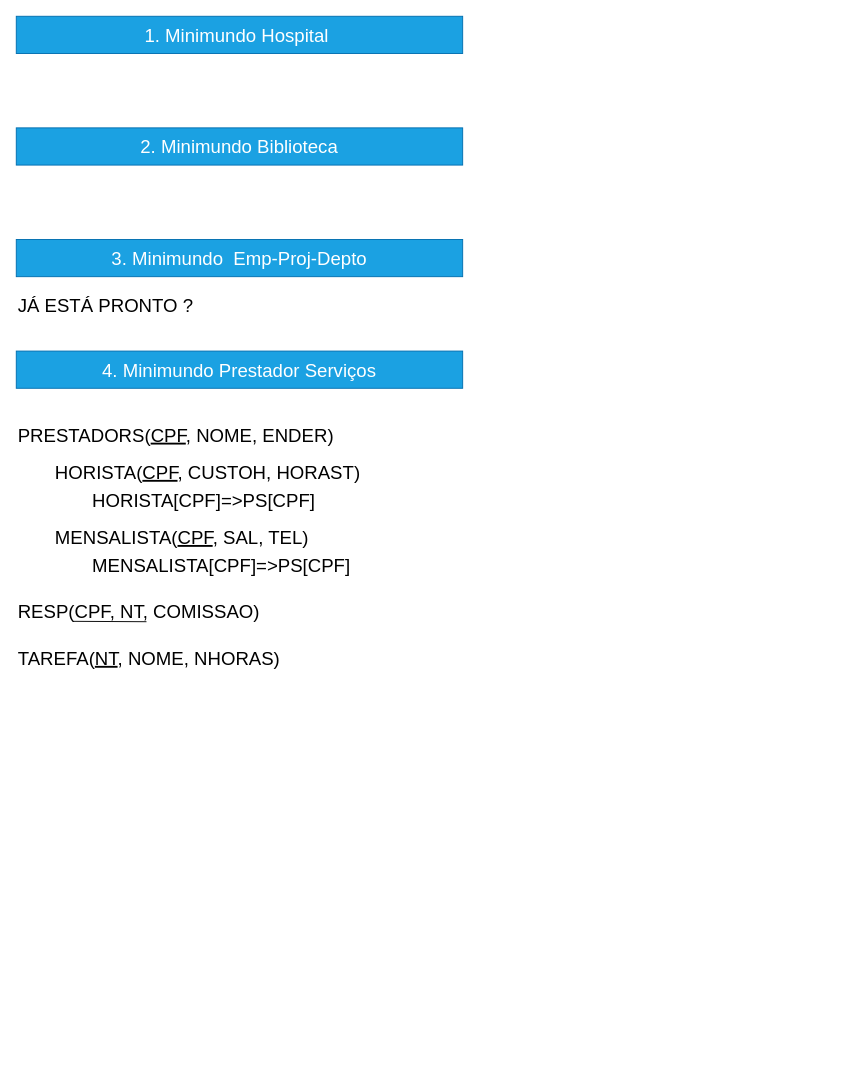
Earlier version of the draw.io diagram ECD_MBD_Entrega3.drawio (cesarac666/diagrams). Source tidied: cells renumbered, new cells numbered last; positions are measured from the earlier drawing's top-left corner, leaving out a move shared by most shapes. Both pictures are drawn from the tidied source at 93%, with x=0, y=0 at pixel (16, 16).
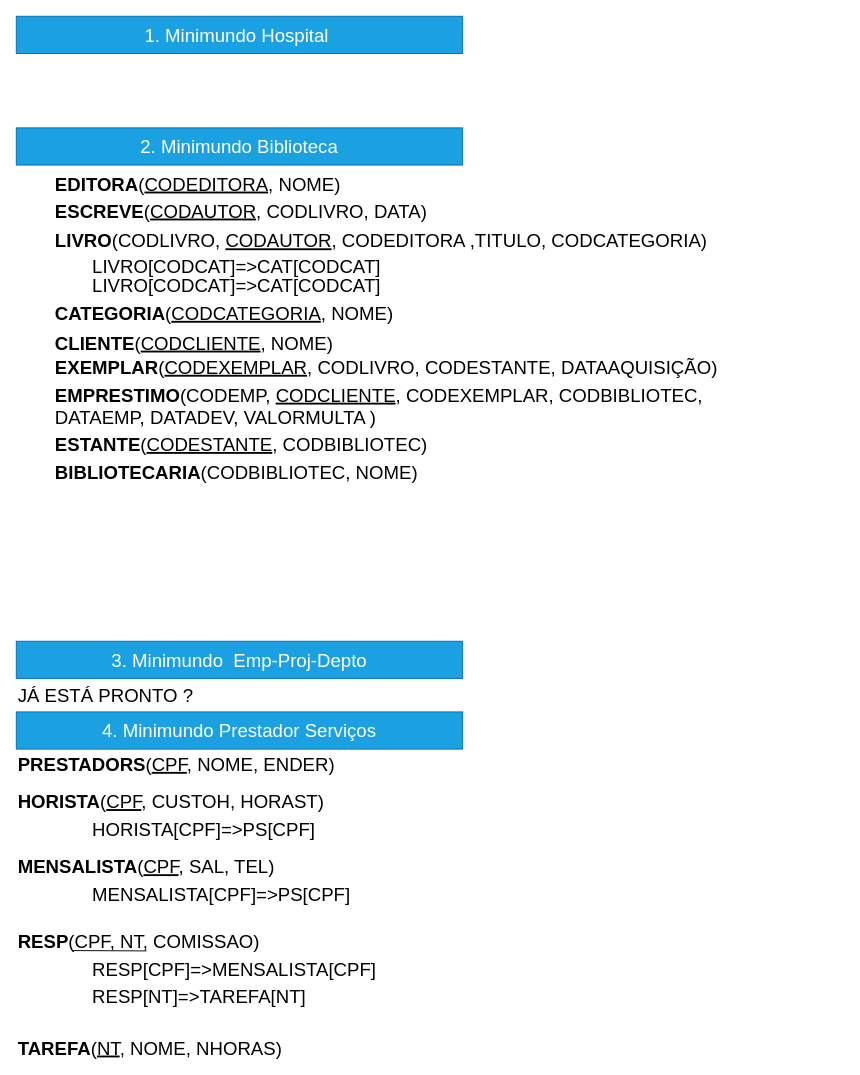
The same diagram, later.

The edit, as a diff of the source:
```diff
@@
     <mxCell id="4" value="3. Minimundo&amp;nbsp; Emp-Proj-Depto" style="text;html=1;strokeColor=#006EAF;fillColor=#1ba1e2;align=center;verticalAlign=middle;whiteSpace=wrap;rounded=0;fontColor=#ffffff;fontSize=20;" parent="1" vertex="1">
-      <mxGeometry y="240" width="480" height="40" as="geometry" />
+      <mxGeometry y="672" width="480" height="40" as="geometry" />
     </mxCell>
     <mxCell id="5" value="4. Minimundo Prestador Serviços" style="text;html=1;strokeColor=#006EAF;fillColor=#1ba1e2;align=center;verticalAlign=middle;whiteSpace=wrap;rounded=0;fontColor=#ffffff;fontSize=20;" parent="1" vertex="1">
-      <mxGeometry y="360" width="480" height="40" as="geometry" />
+      <mxGeometry y="748" width="480" height="40" as="geometry" />
     </mxCell>
-    <mxCell id="6" value="PRESTADORS(&lt;u&gt;CPF&lt;/u&gt;, NOME, ENDER)" style="text;html=1;strokeColor=none;fillColor=none;align=left;verticalAlign=middle;whiteSpace=wrap;rounded=0;fontSize=20;" parent="1" vertex="1">
-      <mxGeometry y="440" width="500" height="20" as="geometry" />
+    <mxCell id="6" value="&lt;b&gt;PRESTADORS&lt;/b&gt;(&lt;u&gt;CPF&lt;/u&gt;, NOME, ENDER)" style="text;html=1;strokeColor=none;fillColor=none;align=left;verticalAlign=middle;whiteSpace=wrap;rounded=0;fontSize=20;" parent="1" vertex="1">
+      <mxGeometry y="794" width="500" height="20" as="geometry" />
     </mxCell>
-    <mxCell id="7" value="HORISTA(&lt;u&gt;CPF&lt;/u&gt;, CUSTOH, HORAST)" style="text;html=1;strokeColor=none;fillColor=none;align=left;verticalAlign=middle;whiteSpace=wrap;rounded=0;fontSize=20;" parent="1" vertex="1">
-      <mxGeometry x="40" y="480" width="440" height="20" as="geometry" />
+    <mxCell id="7" value="&lt;b&gt;HORISTA&lt;/b&gt;(&lt;u&gt;CPF&lt;/u&gt;, CUSTOH, HORAST)" style="text;html=1;strokeColor=none;fillColor=none;align=left;verticalAlign=middle;whiteSpace=wrap;rounded=0;fontSize=20;" parent="1" vertex="1">
+      <mxGeometry y="834" width="440" height="20" as="geometry" />
     </mxCell>
-    <mxCell id="8" value="MENSALISTA(&lt;u&gt;CPF&lt;/u&gt;, SAL, TEL)" style="text;html=1;strokeColor=none;fillColor=none;align=left;verticalAlign=middle;whiteSpace=wrap;rounded=0;fontSize=20;" parent="1" vertex="1">
-      <mxGeometry x="40" y="550" width="310" height="20" as="geometry" />
+    <mxCell id="8" value="&lt;b&gt;MENSALISTA&lt;/b&gt;(&lt;u&gt;CPF&lt;/u&gt;, SAL, TEL)" style="text;html=1;strokeColor=none;fillColor=none;align=left;verticalAlign=middle;whiteSpace=wrap;rounded=0;fontSize=20;" parent="1" vertex="1">
+      <mxGeometry y="904" width="310" height="20" as="geometry" />
     </mxCell>
-    <mxCell id="9" value="TAREFA(&lt;u&gt;NT&lt;/u&gt;, NOME, NHORAS)" style="text;html=1;strokeColor=none;fillColor=none;align=left;verticalAlign=middle;whiteSpace=wrap;rounded=0;fontSize=20;" parent="1" vertex="1">
-      <mxGeometry y="680" width="430" height="20" as="geometry" />
+    <mxCell id="9" value="&lt;b&gt;TAREFA&lt;/b&gt;(&lt;u&gt;NT&lt;/u&gt;, NOME, NHORAS)" style="text;html=1;strokeColor=none;fillColor=none;align=left;verticalAlign=middle;whiteSpace=wrap;rounded=0;fontSize=20;" parent="1" vertex="1">
+      <mxGeometry y="1099" width="430" height="20" as="geometry" />
     </mxCell>
     <mxCell id="10" style="group;" parent="1" vertex="1">
-      <mxGeometry y="630" width="310" height="21" as="geometry" />
+      <mxGeometry y="984" width="310" height="21" as="geometry" />
     </mxCell>
-    <mxCell id="11" value="RESP(CPF, NT, COMISSAO)" style="text;html=1;strokeColor=none;fillColor=none;align=left;verticalAlign=middle;whiteSpace=wrap;rounded=0;fontSize=20;" parent="10" vertex="1">
+    <mxCell id="11" value="&lt;b&gt;RESP&lt;/b&gt;(CPF, NT, COMISSAO)" style="text;html=1;strokeColor=none;fillColor=none;align=left;verticalAlign=middle;whiteSpace=wrap;rounded=0;fontSize=20;" parent="10" vertex="1">
       <mxGeometry width="310" height="20" as="geometry" />
     </mxCell>
@@
     <mxCell id="13" value="HORISTA[CPF]=&amp;gt;PS[CPF]" style="text;html=1;strokeColor=none;fillColor=none;align=left;verticalAlign=middle;whiteSpace=wrap;rounded=0;fontSize=20;" parent="1" vertex="1">
-      <mxGeometry x="80" y="510" width="350" height="20" as="geometry" />
+      <mxGeometry x="80" y="864" width="350" height="20" as="geometry" />
     </mxCell>
     <mxCell id="14" value="MENSALISTA[CPF]=&amp;gt;PS[CPF]" style="text;html=1;strokeColor=none;fillColor=none;align=left;verticalAlign=middle;whiteSpace=wrap;rounded=0;fontSize=20;" parent="1" vertex="1">
-      <mxGeometry x="80" y="580" width="350" height="20" as="geometry" />
+      <mxGeometry x="80" y="934" width="350" height="20" as="geometry" />
     </mxCell>
     <mxCell id="15" value="JÁ ESTÁ PRONTO ?" style="text;html=1;strokeColor=none;fillColor=none;align=left;verticalAlign=middle;whiteSpace=wrap;rounded=0;fontSize=20;" parent="1" vertex="1">
-      <mxGeometry y="300" width="330" height="20" as="geometry" />
+      <mxGeometry y="720" width="330" height="20" as="geometry" />
     </mxCell>
+    <mxCell id="16" value="RESP[CPF]=&amp;gt;MENSALISTA[CPF]" style="text;html=1;strokeColor=none;fillColor=none;align=left;verticalAlign=middle;whiteSpace=wrap;rounded=0;fontSize=20;" parent="1" vertex="1">
+      <mxGeometry x="80" y="1014" width="350" height="20" as="geometry" />
+    </mxCell>
+    <mxCell id="17" value="RESP[NT]=&amp;gt;TAREFA[NT]" style="text;html=1;strokeColor=none;fillColor=none;align=left;verticalAlign=middle;whiteSpace=wrap;rounded=0;fontSize=20;" parent="1" vertex="1">
+      <mxGeometry x="80" y="1044" width="350" height="20" as="geometry" />
+    </mxCell>
+    <mxCell id="18" value="&lt;b&gt;EDITORA&lt;/b&gt;(&lt;u&gt;CODEDITORA&lt;/u&gt;, NOME)" style="text;html=1;strokeColor=none;fillColor=none;align=left;verticalAlign=middle;whiteSpace=wrap;rounded=0;fontSize=20;" parent="1" vertex="1">
+      <mxGeometry x="40" y="170" width="440" height="20" as="geometry" />
+    </mxCell>
+    <mxCell id="19" value="LIVRO[CODCAT]=&amp;gt;CAT[CODCAT]" style="text;html=1;strokeColor=none;fillColor=none;align=left;verticalAlign=middle;whiteSpace=wrap;rounded=0;fontSize=20;" parent="1" vertex="1">
+      <mxGeometry x="80" y="259" width="350" height="20" as="geometry" />
+    </mxCell>
+    <mxCell id="20" value="&lt;b&gt;CLIENTE&lt;/b&gt;(&lt;u&gt;CODCLIENTE&lt;/u&gt;, NOME)" style="text;html=1;strokeColor=none;fillColor=none;align=left;verticalAlign=middle;whiteSpace=wrap;rounded=0;fontSize=20;" parent="1" vertex="1">
+      <mxGeometry x="40" y="341" width="440" height="20" as="geometry" />
+    </mxCell>
+    <mxCell id="21" value="&lt;b&gt;ESCREVE&lt;/b&gt;(&lt;u&gt;CODAUTOR&lt;/u&gt;, CODLIVRO, DATA)" style="text;html=1;strokeColor=none;fillColor=none;align=left;verticalAlign=middle;whiteSpace=wrap;rounded=0;fontSize=20;" parent="1" vertex="1">
+      <mxGeometry x="40" y="199" width="440" height="20" as="geometry" />
+    </mxCell>
+    <mxCell id="22" value="&lt;b&gt;LIVRO&lt;/b&gt;(CODLIVRO,&amp;nbsp;&lt;u&gt;CODAUTOR&lt;/u&gt;, CODEDITORA ,TITULO, CODCATEGORIA)" style="text;html=1;strokeColor=none;fillColor=none;align=left;verticalAlign=middle;whiteSpace=wrap;rounded=0;fontSize=20;" parent="1" vertex="1">
+      <mxGeometry x="40" y="231" width="710" height="20" as="geometry" />
+    </mxCell>
+    <mxCell id="23" value="&lt;b&gt;CATEGORIA&lt;/b&gt;(&lt;u&gt;CODCATEGORIA&lt;/u&gt;, NOME)" style="text;html=1;strokeColor=none;fillColor=none;align=left;verticalAlign=middle;whiteSpace=wrap;rounded=0;fontSize=20;" parent="1" vertex="1">
+      <mxGeometry x="40" y="309" width="440" height="20" as="geometry" />
+    </mxCell>
+    <mxCell id="24" value="&lt;b&gt;EXEMPLAR&lt;/b&gt;(&lt;u&gt;CODEXEMPLAR&lt;/u&gt;, CODLIVRO, CODESTANTE, DATAAQUISIÇÃO)" style="text;html=1;strokeColor=none;fillColor=none;align=left;verticalAlign=middle;whiteSpace=wrap;rounded=0;fontSize=20;" parent="1" vertex="1">
+      <mxGeometry x="40" y="367" width="850" height="20" as="geometry" />
+    </mxCell>
+    <mxCell id="25" value="LIVRO[CODCAT]=&amp;gt;CAT[CODCAT]" style="text;html=1;strokeColor=none;fillColor=none;align=left;verticalAlign=middle;whiteSpace=wrap;rounded=0;fontSize=20;" parent="1" vertex="1">
+      <mxGeometry x="80" y="279" width="350" height="20" as="geometry" />
+    </mxCell>
+    <mxCell id="26" value="&lt;b&gt;EMPRESTIMO&lt;/b&gt;(CODEMP,&amp;nbsp;&lt;u&gt;CODCLIENTE&lt;/u&gt;, CODEXEMPLAR, CODBIBLIOTEC, DATAEMP, DATADEV, VALORMULTA )" style="text;html=1;strokeColor=none;fillColor=none;align=left;verticalAlign=middle;whiteSpace=wrap;rounded=0;fontSize=20;" parent="1" vertex="1">
+      <mxGeometry x="40" y="399" width="780" height="40" as="geometry" />
+    </mxCell>
+    <mxCell id="27" value="&lt;b&gt;ESTANTE&lt;/b&gt;(&lt;u&gt;CODESTANTE&lt;/u&gt;, CODBIBLIOTEC)" style="text;html=1;strokeColor=none;fillColor=none;align=left;verticalAlign=middle;whiteSpace=wrap;rounded=0;fontSize=20;" parent="1" vertex="1">
+      <mxGeometry x="40" y="450" width="440" height="20" as="geometry" />
+    </mxCell>
+    <mxCell id="28" value="&lt;b&gt;BIBLIOTECARIA&lt;/b&gt;(CODBIBLIOTEC, NOME)" style="text;html=1;strokeColor=none;fillColor=none;align=left;verticalAlign=middle;whiteSpace=wrap;rounded=0;fontSize=20;" parent="1" vertex="1">
+      <mxGeometry x="40" y="480" width="440" height="20" as="geometry" />
+    </mxCell>
```
